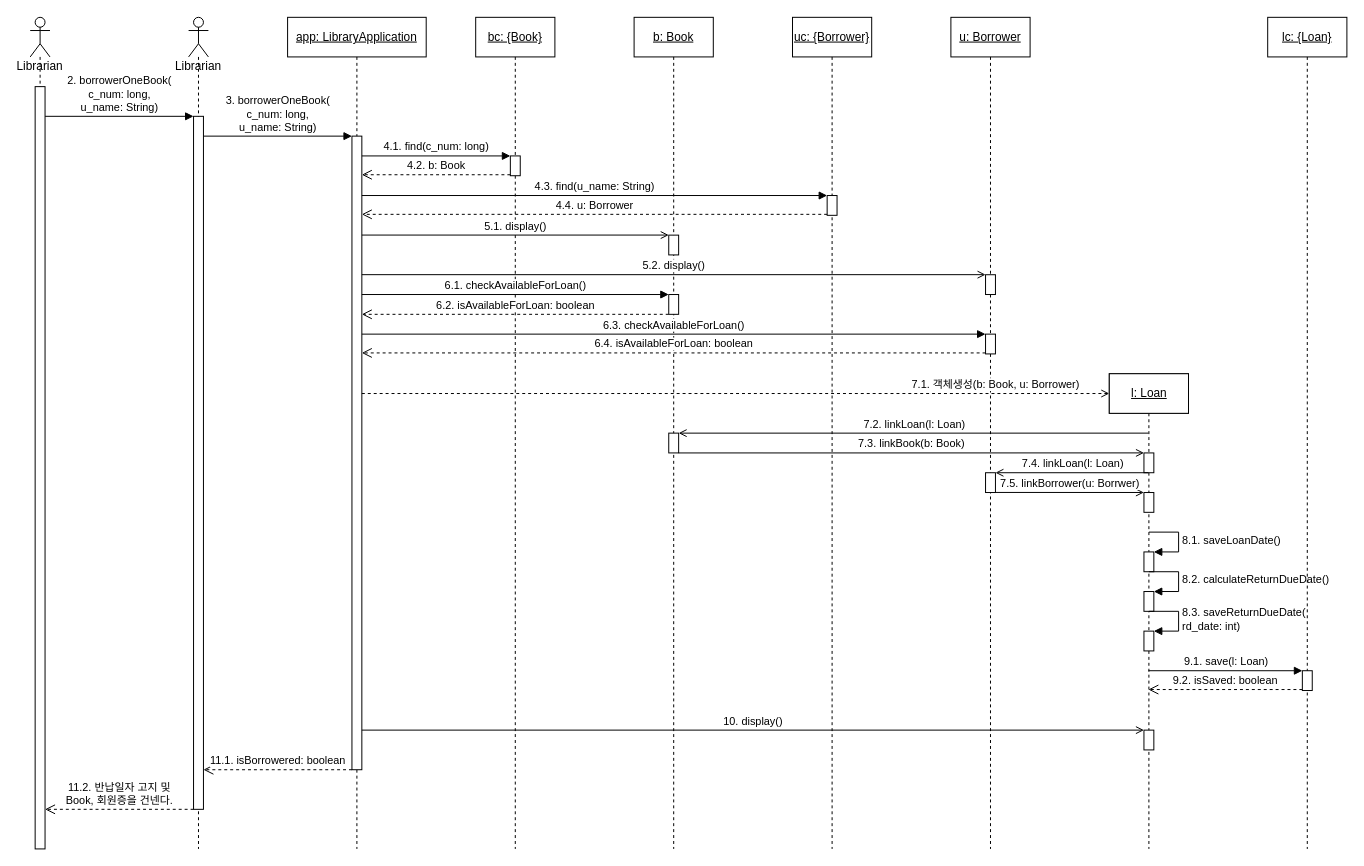
The draw.io diagram UML/SD5 Borrow one book.drawio in Halozhan/2023-2-LibraryApplication, before the edit. Source tidied: cells renumbered, new cells numbered last; positions are measured from the earlier drawing's top-left corner, leaving out a move shared by most shapes. Both pictures are drawn from the tidied source at 99%, with x=0, y=0 at pixel (30, 17).
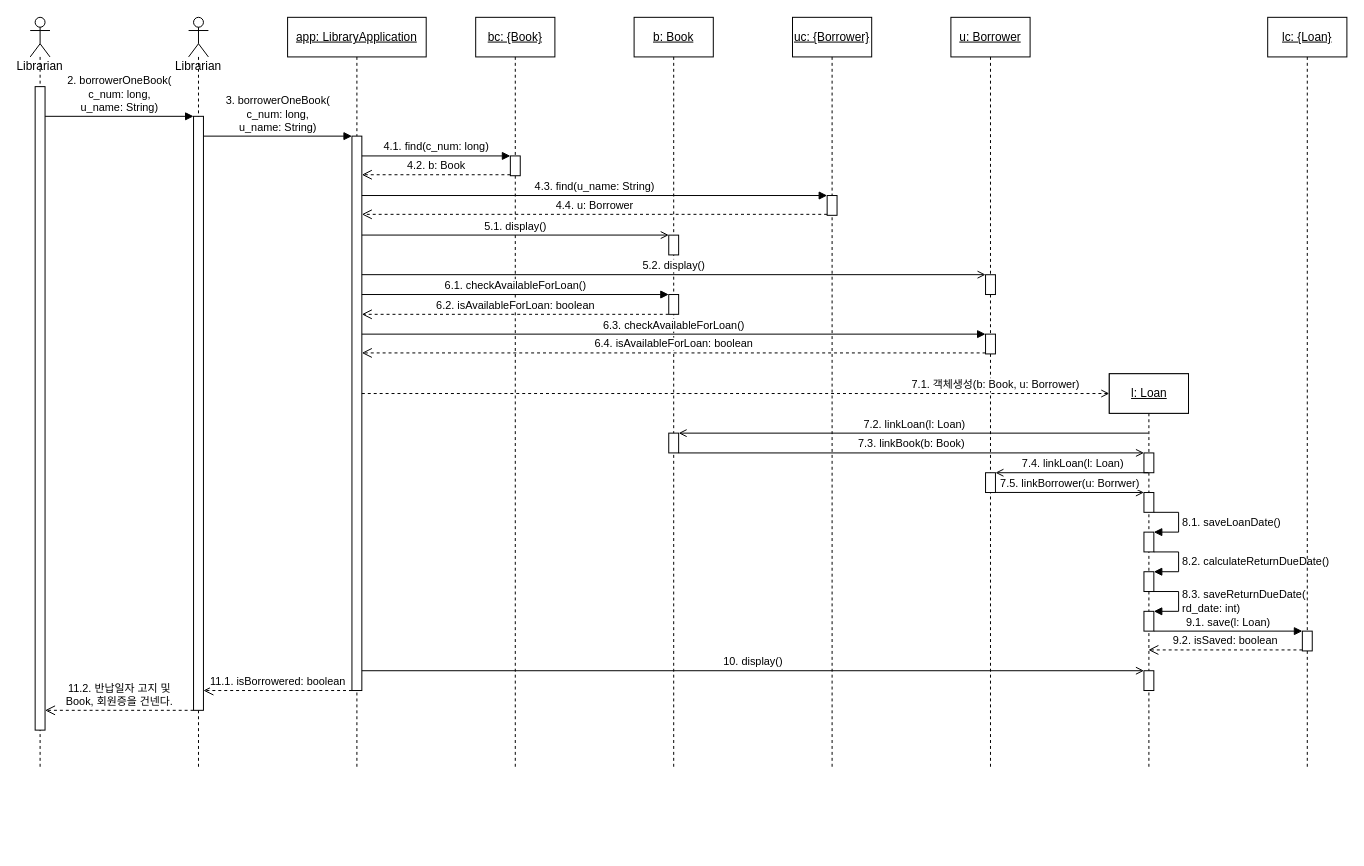
Above is the later version.

Unchanged cells that the change refers to:
```xml
<mxCell id="21" style="html=1;points=[];perimeter=orthogonalPerimeter;" parent="19" vertex="1">
  <mxGeometry x="35" y="120" width="10" height="20" as="geometry" />
</mxCell>
```

The edit, as a diff of the source:
```diff
@@
     <mxCell id="2" value="Librarian&lt;br&gt;" style="shape=umlLifeline;participant=umlActor;perimeter=lifelinePerimeter;whiteSpace=wrap;html=1;verticalAlign=top;spacingTop=36;outlineConnect=0;" parent="1" vertex="1">
-      <mxGeometry x="160" width="20" height="840" as="geometry" />
+      <mxGeometry x="160" width="20" height="760" as="geometry" />
     </mxCell>
@@
     <mxCell id="4" style="html=1;points=[];perimeter=orthogonalPerimeter;" parent="2" vertex="1">
-      <mxGeometry x="5" y="100" width="10" height="700" as="geometry" />
+      <mxGeometry x="5" y="100" width="10" height="600" as="geometry" />
     </mxCell>
     <mxCell id="5" value="&lt;u&gt;app: LibraryApplication&lt;/u&gt;" style="shape=umlLifeline;perimeter=lifelinePerimeter;whiteSpace=wrap;html=1;" parent="1" vertex="1">
-      <mxGeometry x="260" width="140" height="840" as="geometry" />
+      <mxGeometry x="260" width="140" height="760" as="geometry" />
     </mxCell>
     <mxCell id="6" style="html=1;points=[];perimeter=orthogonalPerimeter;" parent="5" vertex="1">
-      <mxGeometry x="65" y="120" width="10" height="640" as="geometry" />
+      <mxGeometry x="65" y="120" width="10" height="560" as="geometry" />
     </mxCell>
     <mxCell id="7" value="&lt;u&gt;bc: {Book}&lt;/u&gt;" style="shape=umlLifeline;perimeter=lifelinePerimeter;whiteSpace=wrap;html=1;" parent="1" vertex="1">
-      <mxGeometry x="450" width="80" height="840" as="geometry" />
+      <mxGeometry x="450" width="80" height="760" as="geometry" />
     </mxCell>
@@
     <mxCell id="9" value="&lt;u style=&quot;&quot;&gt;b: Book&lt;/u&gt;" style="shape=umlLifeline;perimeter=lifelinePerimeter;whiteSpace=wrap;html=1;" parent="1" vertex="1">
-      <mxGeometry x="610" width="80" height="840" as="geometry" />
+      <mxGeometry x="610" width="80" height="760" as="geometry" />
     </mxCell>
@@
     <mxCell id="13" value="&lt;u&gt;uc: {Borrower}&lt;br&gt;&lt;/u&gt;" style="shape=umlLifeline;perimeter=lifelinePerimeter;whiteSpace=wrap;html=1;" parent="1" vertex="1">
-      <mxGeometry x="770" width="80" height="840" as="geometry" />
+      <mxGeometry x="770" width="80" height="760" as="geometry" />
     </mxCell>
@@
     <mxCell id="15" value="&lt;u&gt;u: Borrower&lt;br&gt;&lt;/u&gt;" style="shape=umlLifeline;perimeter=lifelinePerimeter;whiteSpace=wrap;html=1;" parent="1" vertex="1">
-      <mxGeometry x="930" width="80" height="840" as="geometry" />
+      <mxGeometry x="930" width="80" height="760" as="geometry" />
     </mxCell>
@@
     <mxCell id="19" style="shape=umlLifeline;perimeter=lifelinePerimeter;whiteSpace=wrap;html=1;outlineConnect=0;" parent="1" vertex="1">
-      <mxGeometry x="1090" y="360" width="80" height="480" as="geometry" />
+      <mxGeometry x="1090" y="360" width="80" height="400" as="geometry" />
     </mxCell>
@@
     <mxCell id="23" style="html=1;points=[];perimeter=orthogonalPerimeter;" parent="19" vertex="1">
-      <mxGeometry x="35" y="180" width="10" height="20" as="geometry" />
+      <mxGeometry x="35" y="160" width="10" height="20" as="geometry" />
     </mxCell>
-    <mxCell id="24" value="8.1. saveLoanDate()" style="edgeStyle=orthogonalEdgeStyle;html=1;align=left;spacingLeft=2;endArrow=block;rounded=0;entryX=1;entryY=0;" parent="19" edge="1" target="23">
+    <mxCell id="24" value="8.1. saveLoanDate()" style="edgeStyle=orthogonalEdgeStyle;html=1;align=left;spacingLeft=2;endArrow=block;rounded=0;entryX=1;entryY=0;" parent="19" edge="1" source="21" target="23">
       <mxGeometry relative="1" as="geometry">
-        <mxPoint x="40" y="160" as="sourcePoint" />
         <Array as="points">
-          <mxPoint x="40" y="160" />
+          <mxPoint x="70" y="140" />
           <mxPoint x="70" y="160" />
-          <mxPoint x="70" y="180" />
+          <mxPoint x="45" y="160" />
         </Array>
       </mxGeometry>
     </mxCell>
     <mxCell id="25" style="html=1;points=[];perimeter=orthogonalPerimeter;" parent="19" vertex="1">
-      <mxGeometry x="35" y="220" width="10" height="20" as="geometry" />
+      <mxGeometry x="35" y="200" width="10" height="20" as="geometry" />
     </mxCell>
-    <mxCell id="26" value="8.2. calculateReturnDueDate()" style="edgeStyle=orthogonalEdgeStyle;html=1;align=left;spacingLeft=2;endArrow=block;rounded=0;entryX=1;entryY=0;" parent="19" edge="1" target="25">
+    <mxCell id="26" value="8.2. calculateReturnDueDate()" style="edgeStyle=orthogonalEdgeStyle;html=1;align=left;spacingLeft=2;endArrow=block;rounded=0;entryX=1;entryY=0;" parent="19" edge="1" source="23" target="25">
       <mxGeometry relative="1" as="geometry">
-        <mxPoint x="40" y="200" as="sourcePoint" />
         <Array as="points">
-          <mxPoint x="40" y="200" />
+          <mxPoint x="70" y="180" />
           <mxPoint x="70" y="200" />
-          <mxPoint x="70" y="220" />
+          <mxPoint x="45" y="200" />
         </Array>
       </mxGeometry>
     </mxCell>
     <mxCell id="27" style="html=1;points=[];perimeter=orthogonalPerimeter;" parent="19" vertex="1">
-      <mxGeometry x="35" y="260" width="10" height="20" as="geometry" />
+      <mxGeometry x="35" y="240" width="10" height="20" as="geometry" />
     </mxCell>
-    <mxCell id="28" value="8.3. saveReturnDueDate(&lt;br&gt;rd_date: int)" style="edgeStyle=orthogonalEdgeStyle;html=1;align=left;spacingLeft=2;endArrow=block;rounded=0;entryX=1;entryY=0;" parent="19" edge="1" target="27">
+    <mxCell id="28" value="8.3. saveReturnDueDate(&lt;br&gt;rd_date: int)" style="edgeStyle=orthogonalEdgeStyle;html=1;align=left;spacingLeft=2;endArrow=block;rounded=0;entryX=1;entryY=0;" parent="19" edge="1" source="25" target="27">
       <mxGeometry relative="1" as="geometry">
-        <mxPoint x="40" y="240" as="sourcePoint" />
         <Array as="points">
-          <mxPoint x="40" y="240" />
+          <mxPoint x="70" y="220" />
           <mxPoint x="70" y="240" />
-          <mxPoint x="70" y="260" />
+          <mxPoint x="45" y="240" />
         </Array>
       </mxGeometry>
     </mxCell>
     <mxCell id="29" style="html=1;points=[];perimeter=orthogonalPerimeter;" parent="19" vertex="1">
-      <mxGeometry x="35" y="360" width="10" height="20" as="geometry" />
+      <mxGeometry x="35" y="300" width="10" height="20" as="geometry" />
     </mxCell>
@@
     <mxCell id="32" value="Librarian&lt;br&gt;" style="shape=umlLifeline;participant=umlActor;perimeter=lifelinePerimeter;whiteSpace=wrap;html=1;verticalAlign=top;spacingTop=36;outlineConnect=0;" parent="1" vertex="1">
-      <mxGeometry width="20" height="840" as="geometry" />
+      <mxGeometry width="20" height="760" as="geometry" />
     </mxCell>
@@
     <mxCell id="34" style="html=1;points=[];perimeter=orthogonalPerimeter;" parent="32" vertex="1">
-      <mxGeometry x="5" y="70" width="10" height="770" as="geometry" />
+      <mxGeometry x="5" y="70" width="10" height="650" as="geometry" />
     </mxCell>
@@
     <mxCell id="43" value="&lt;u&gt;lc: {Loan}&lt;br&gt;&lt;/u&gt;" style="shape=umlLifeline;perimeter=lifelinePerimeter;whiteSpace=wrap;html=1;" parent="1" vertex="1">
-      <mxGeometry x="1250" width="80" height="840" as="geometry" />
+      <mxGeometry x="1250" width="80" height="760" as="geometry" />
     </mxCell>
     <mxCell id="44" style="html=1;points=[];perimeter=orthogonalPerimeter;" parent="43" vertex="1">
-      <mxGeometry x="35" y="660" width="10" height="20" as="geometry" />
+      <mxGeometry x="35" y="620" width="10" height="20" as="geometry" />
     </mxCell>
@@
-    <mxCell id="55" value="9.1. save(l: Loan)" style="html=1;verticalAlign=bottom;endArrow=block;entryX=0;entryY=0;" parent="1" edge="1" source="19" target="44">
+    <mxCell id="55" value="9.1. save(l: Loan)" style="html=1;verticalAlign=bottom;endArrow=block;entryX=0;entryY=0;" parent="1" edge="1" source="27" target="44">
       <mxGeometry relative="1" as="geometry" />
     </mxCell>
```
